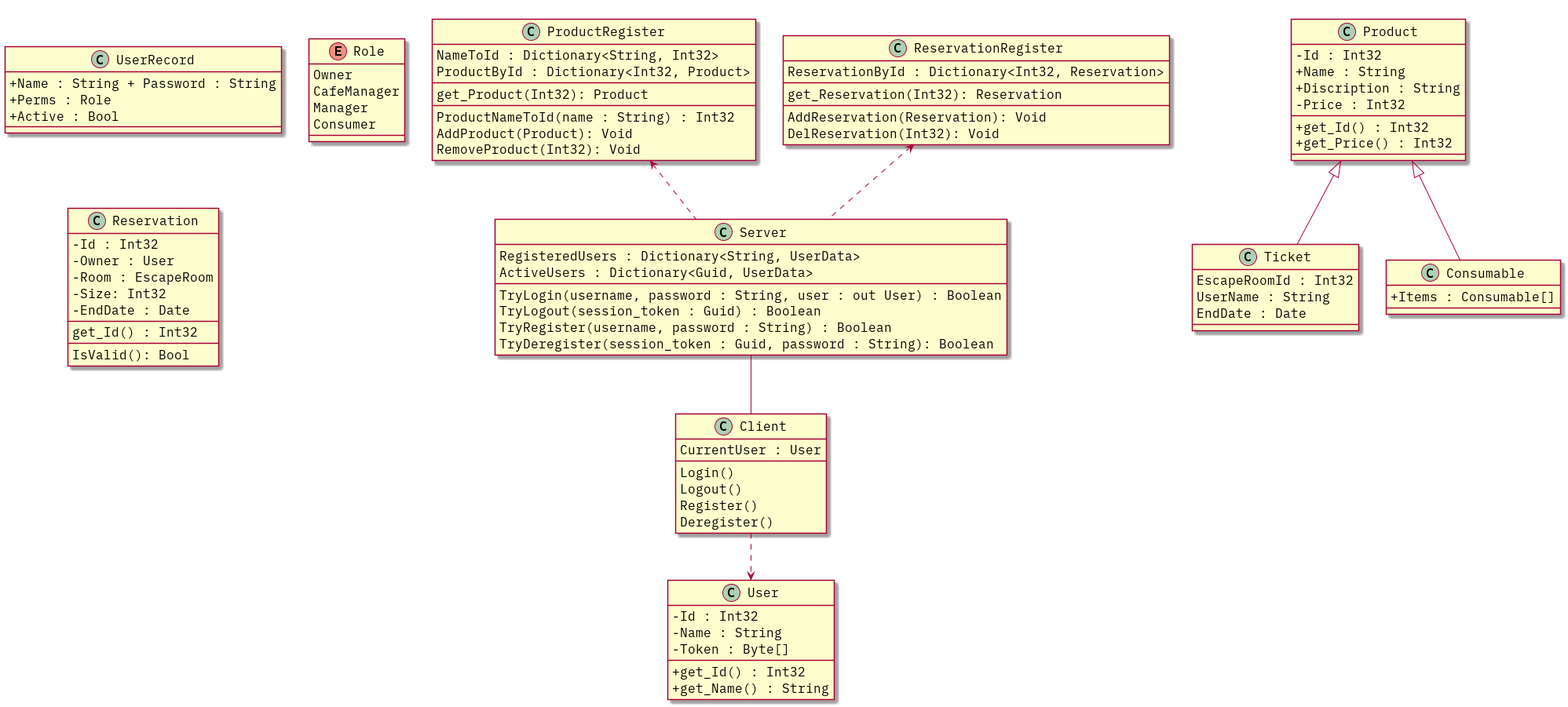
Above: ClassDiagram/classes.png in proj-1b-3/code (PlantUML), before the change.
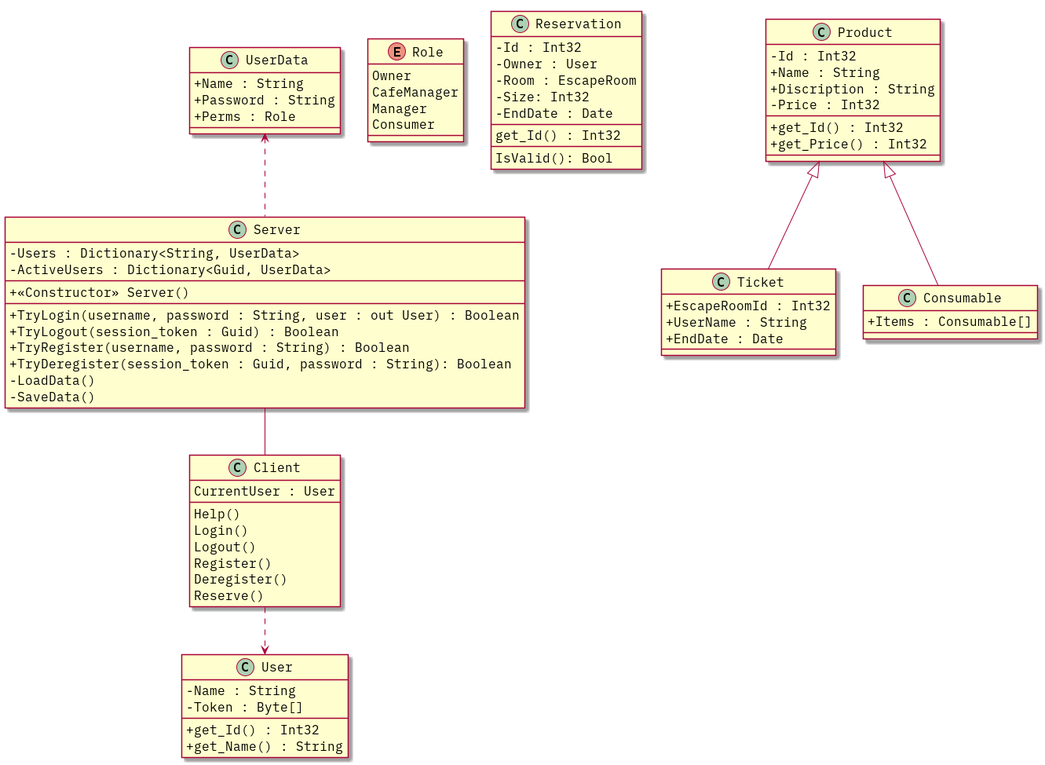
The same diagram one commit later.

Commit message:
now the users are loaded in and saved when the "connection" to the server is broken

The edit, as a diff of the source:
```diff
@@ -3,14 +3,37 @@
 skinparam defaultFontName IBM Plex Mono
 skinparam classAttributeIconSize 0
 
-class UserRecord {
-	+ Name : String + Password : String
-	+ Perms : Role
-	+ Active : Bool
+class Server {
+	- Users : Dictionary<String, UserData>
+	- ActiveUsers : Dictionary<Guid, UserData>
+	____
+	+ <<Constructor>> Server()
+	____
+	+ TryLogin(username, password : String, user : out User) : Boolean
+	+ TryLogout(session_token : Guid) : Boolean
+	+ TryRegister(username, password : String) : Boolean
+	+ TryDeregister(session_token : Guid, password : String): Boolean
+	- LoadData()
+	- SaveData()
 }
 
+Server .up.> UserData
+Server -down- Client
+
+class Client {
+	CurrentUser : User
+	____
+	Help()
+	Login()
+	Logout()
+	Register()
+	Deregister()
+	Reserve()
+}
+
+Client ..> User
+
 class User {
-	- Id : Int32
 	- Name : String
 	- Token : Byte[]
 	____
@@ -18,23 +41,10 @@
 	+ get_Name() : String
 }
 
-class Server {
-	RegisteredUsers : Dictionary<String, UserData>
-	ActiveUsers : Dictionary<Guid, UserData>
-	____
-	TryLogin(username, password : String, user : out User) : Boolean
-	TryLogout(session_token : Guid) : Boolean
-	TryRegister(username, password : String) : Boolean
-	TryDeregister(session_token : Guid, password : String): Boolean
-}
-
-class Client {
-	CurrentUser : User
-	____
-	Login()
-	Logout()
-	Register()
-	Deregister()
+class UserData {
+	+ Name : String
+	+ Password : String
+	+ Perms : Role
 }
 
 enum Role {
@@ -69,9 +79,9 @@
 	}
 
 	class Ticket {
-		EscapeRoomId : Int32
-		UserName : String
-		EndDate : Date
+		+ EscapeRoomId : Int32
+		+ UserName : String
+		+ EndDate : Date
 	}
 
 	class Consumable {
@@ -82,33 +92,4 @@
 	Ticket -up-|> Product
 }
 
-together {
-	class ProductRegister {
-		NameToId : Dictionary<String, Int32>
-		ProductById : Dictionary<Int32, Product>
-		____
-		get_Product(Int32): Product
-		____
-		ProductNameToId(name : String) : Int32
-		AddProduct(Product): Void
-		RemoveProduct(Int32): Void
-	}
-
-	class ReservationRegister {
-		ReservationById : Dictionary<Int32, Reservation>
-		____
-		get_Reservation(Int32): Reservation
-		____
-		AddReservation(Reservation): Void
-		DelReservation(Int32): Void
-	}
-}
-
-Server .up.> ProductRegister
-Server .up.> ReservationRegister
-
-Client .down.> User
-
-Server -down- Client
-
 @enduml
```
